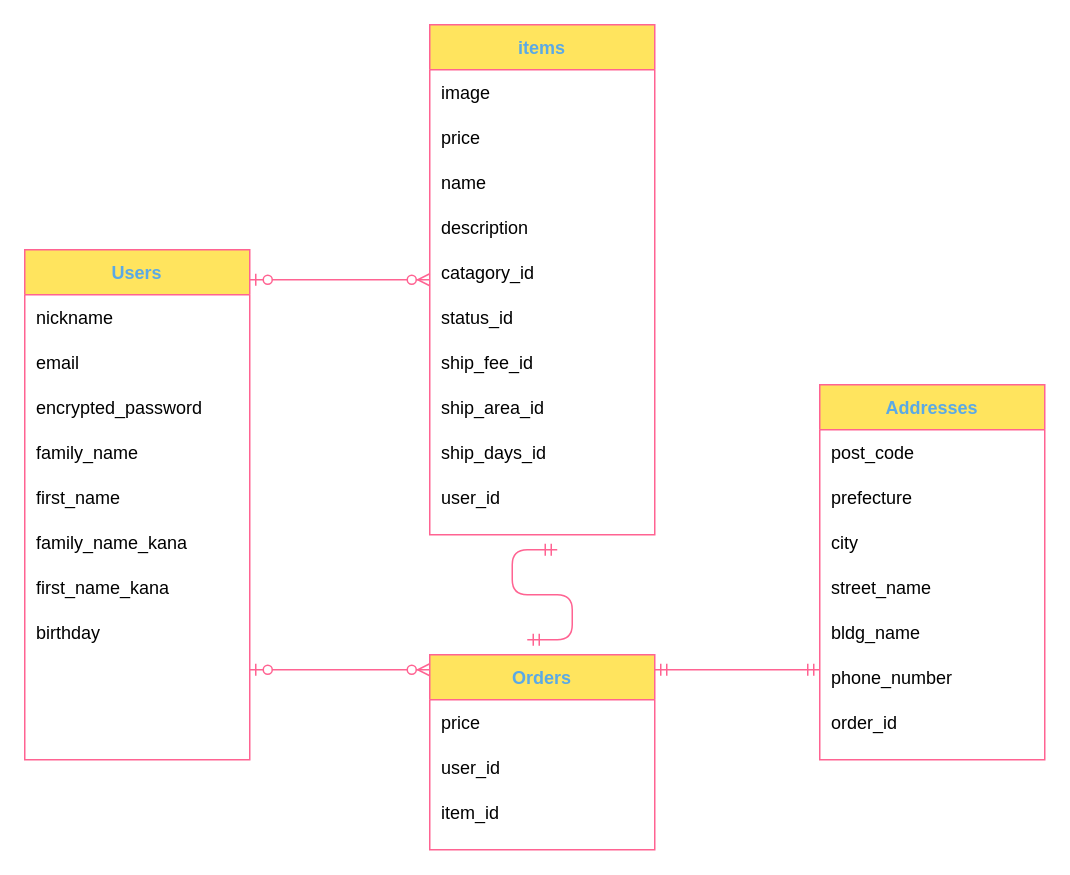
Above: FURIMA-37095.dio in Jeff-czh/furima-37095 (draw.io), before the change. Source tidied: cells renumbered, new cells numbered last; positions are measured from the earlier drawing's top-left corner, leaving out a move shared by most shapes. Both pictures are drawn from the tidied source at 150%, with x=0, y=0 at pixel (24, 24).
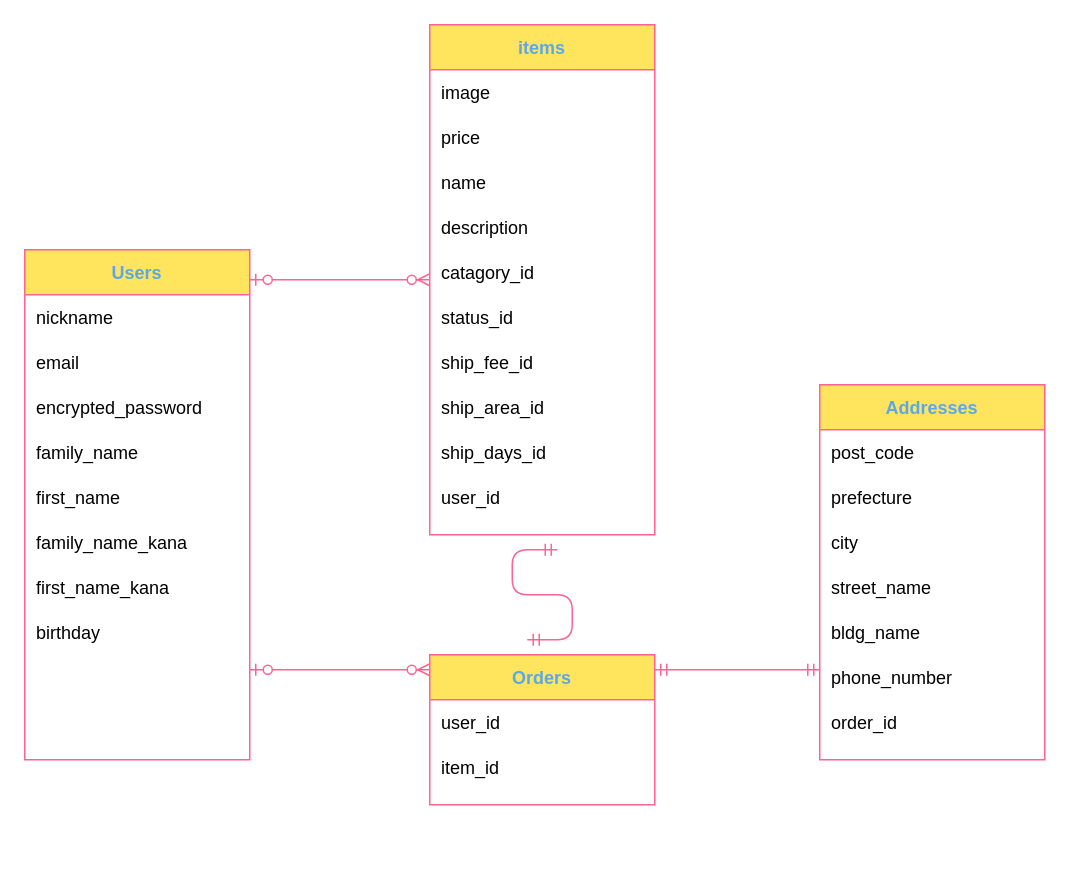
The same diagram, later.

Commit message (it also covers changes not shown here):
データベース設計（修正1）

Diff of the diagram source:
```diff
@@
     <mxCell id="59" value="Orders" style="shape=table;startSize=30;childLayout=tableLayout;rowLines=0;fontStyle=1;align=center;rounded=0;sketch=0;fontColor=#5AA9E6;strokeColor=#FF6392;fillColor=#FFE45E;" parent="1" vertex="1">
-      <mxGeometry x="270" y="420" width="150" height="130" as="geometry" />
+      <mxGeometry x="270" y="420" width="150" height="100" as="geometry" />
     </mxCell>
-    <mxCell id="60" style="shape=partialRectangle;fillColor=none;top=0;left=0;bottom=0;right=0;" parent="59" vertex="1">
-      <mxGeometry y="30" width="150" height="30" as="geometry" />
-    </mxCell>
-    <mxCell id="61" value="price" style="shape=partialRectangle;fillColor=none;top=0;left=0;bottom=0;right=0;align=left;spacingLeft=6;overflow=hidden;" parent="60" vertex="1">
-      <mxGeometry width="150" height="30" as="geometry" />
-    </mxCell>
     <mxCell id="62" style="shape=partialRectangle;fillColor=none;top=0;left=0;bottom=0;right=0;" parent="59" vertex="1">
-      <mxGeometry y="60" width="150" height="30" as="geometry" />
+      <mxGeometry y="30" width="150" height="30" as="geometry" />
     </mxCell>
@@
     <mxCell id="64" style="shape=partialRectangle;fillColor=none;top=0;left=0;bottom=0;right=0;" parent="59" vertex="1">
-      <mxGeometry y="90" width="150" height="30" as="geometry" />
+      <mxGeometry y="60" width="150" height="30" as="geometry" />
     </mxCell>
```
